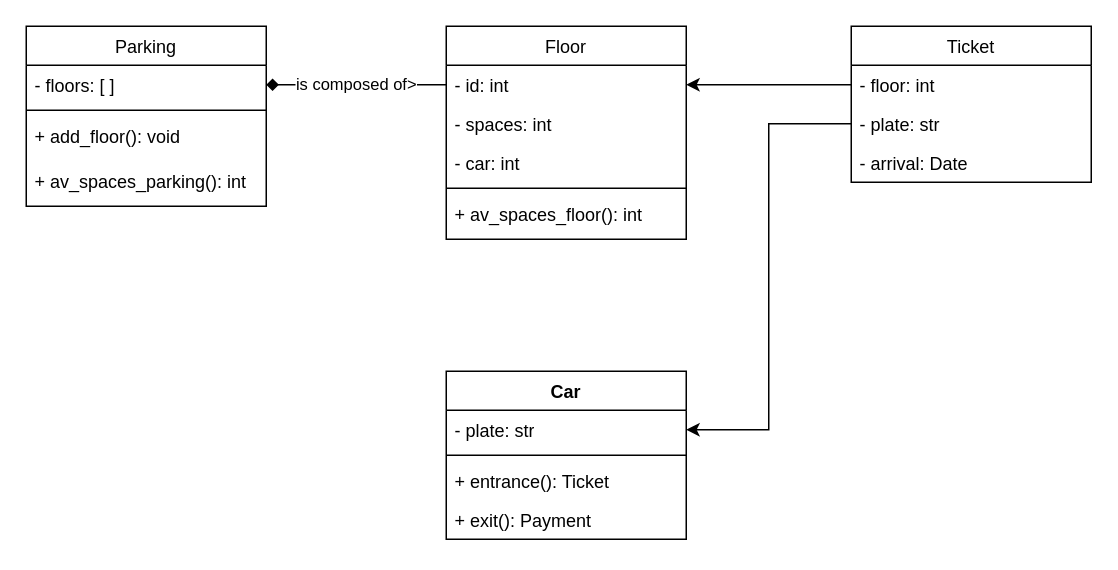
toruke/2tm1_ParkEase keeps this draw.io diagram as ParkEase.drawio. Above is the earlier version. Source tidied: cells renumbered, new cells numbered last; positions are measured from the earlier drawing's top-left corner, leaving out a move shared by most shapes. Both pictures are drawn from the tidied source at 150%, with x=0, y=0 at pixel (26, 26).
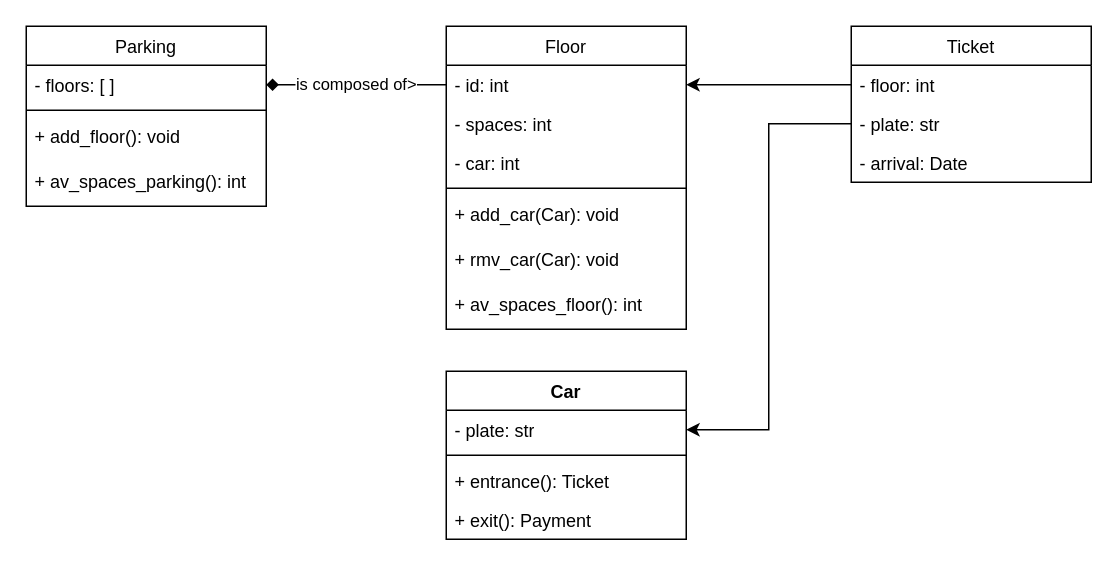
After the change.

Commit message:
ajout méthodes add_car() et rmv_car

Change to the diagram source:
```diff
@@
     <mxCell id="7" value="Floor" style="swimlane;fontStyle=0;align=center;verticalAlign=top;horizontal=1;startSize=26;rounded=0;shadow=0;strokeWidth=1;" parent="1" vertex="1">
-      <mxGeometry x="280" width="160" height="142" as="geometry" />
+      <mxGeometry x="280" width="160" height="202" as="geometry" />
     </mxCell>
@@
+    <mxCell id="25" value="+ add_car(Car): void" style="text;align=left;verticalAlign=top;spacingLeft=4;spacingRight=4;overflow=hidden;" parent="7" vertex="1">
+      <mxGeometry y="112" width="160" height="30" as="geometry" />
+    </mxCell>
+    <mxCell id="26" value="+ rmv_car(Car): void" style="text;align=left;verticalAlign=top;spacingLeft=4;spacingRight=4;overflow=hidden;" parent="7" vertex="1">
+      <mxGeometry y="142" width="160" height="30" as="geometry" />
+    </mxCell>
     <mxCell id="12" value="+ av_spaces_floor(): int" style="text;align=left;verticalAlign=top;spacingLeft=4;spacingRight=4;overflow=hidden;" parent="7" vertex="1">
-      <mxGeometry y="112" width="160" height="30" as="geometry" />
+      <mxGeometry y="172" width="160" height="30" as="geometry" />
     </mxCell>
```
